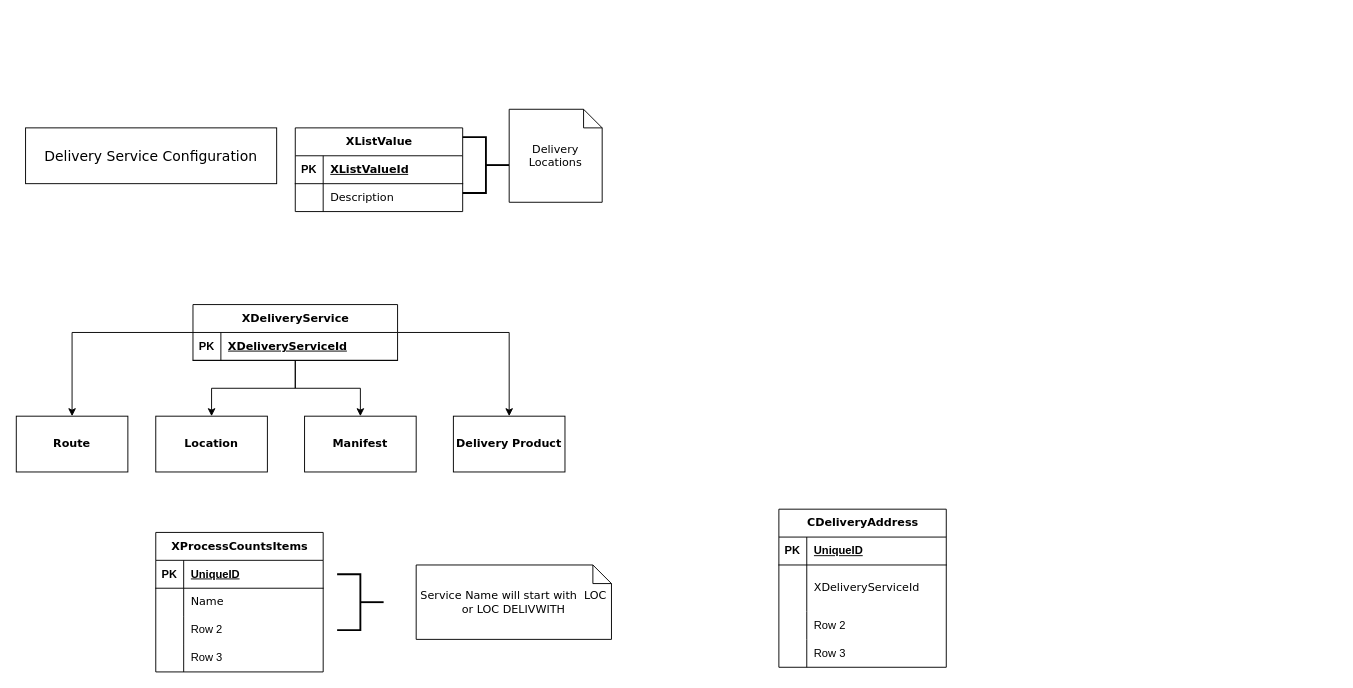
Above: printing_distribution.drawio in iaxenite/diagrams (draw.io), before the change. Source tidied: cells renumbered, new cells numbered last; positions are measured from the earlier drawing's top-left corner, leaving out a move shared by most shapes. Both pictures are drawn from the tidied source at 93%, with x=0, y=0 at pixel (16, 109).
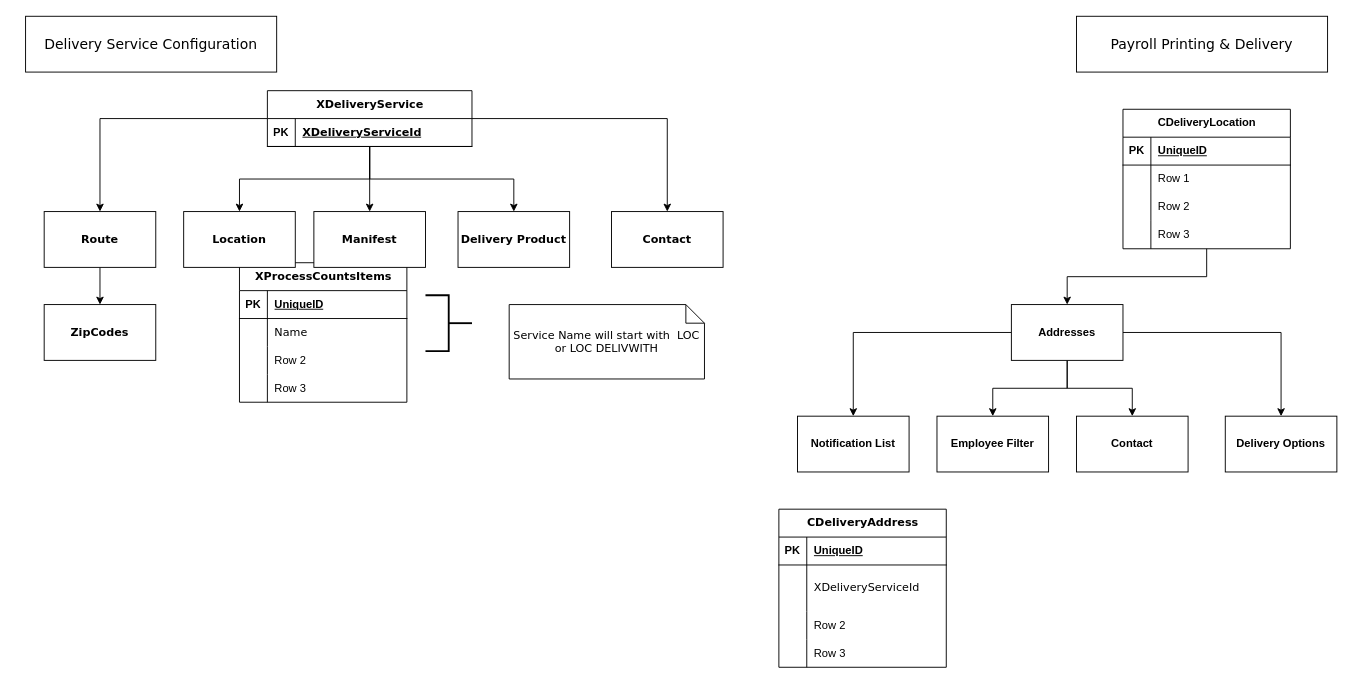
The same page after the edit.

The edit, as a diff of the source:
```diff
@@
+    <mxCell id="52" style="edgeStyle=orthogonalEdgeStyle;rounded=0;jettySize=auto;html=1;" parent="1" edge="1" source="6" target="55">
+      <mxGeometry relative="1" as="geometry" />
+    </mxCell>
     <mxCell id="6" value="XDeliveryService" style="shape=table;startSize=30;childLayout=tableLayout;rowLines=0;fontStyle=1;align=center;html=1;fontFamily=Verdana;" parent="1" vertex="1">
-      <mxGeometry x="190" y="210" width="220" height="60" as="geometry" />
+      <mxGeometry x="270" y="-20" width="220" height="60" as="geometry" />
     </mxCell>
@@
-    <mxCell id="10" value="XListValue" style="shape=table;startSize=30;childLayout=tableLayout;rowLines=0;fontStyle=1;align=center;html=1;fontFamily=Verdana;" parent="1" vertex="1">
-      <mxGeometry x="300" y="20" width="180" height="90" as="geometry" />
-    </mxCell>
-    <mxCell id="11" style="shape=tableRow;horizontal=0;startSize=0;swimlaneHead=0;swimlaneBody=0;fillColor=none;top=0;left=0;right=0;bottom=1;" parent="10" vertex="1">
-      <mxGeometry y="30" width="180" height="30" as="geometry" />
-    </mxCell>
-    <mxCell id="12" value="PK" style="shape=partialRectangle;fillColor=none;top=0;left=0;bottom=0;right=0;fontStyle=1;overflow=hidden;whiteSpace=wrap;html=1;" parent="11" vertex="1">
-      <mxGeometry width="30" height="30" as="geometry" />
-    </mxCell>
-    <mxCell id="13" value="&lt;font face=&quot;Verdana&quot;&gt;XListValueId&lt;/font&gt;" style="shape=partialRectangle;fillColor=none;top=0;left=0;bottom=0;right=0;align=left;spacingLeft=6;fontStyle=5;overflow=hidden;whiteSpace=wrap;html=1;labelBackgroundColor=none;" parent="11" vertex="1">
-      <mxGeometry x="30" width="150" height="30" as="geometry" />
-    </mxCell>
-    <mxCell id="14" style="shape=tableRow;horizontal=0;startSize=0;swimlaneHead=0;swimlaneBody=0;fillColor=none;top=0;left=0;right=0;bottom=0;" parent="10" vertex="1">
-      <mxGeometry y="60" width="180" height="30" as="geometry" />
-    </mxCell>
-    <mxCell id="15" style="shape=partialRectangle;fillColor=none;top=0;left=0;bottom=0;right=0;overflow=hidden;whiteSpace=wrap;html=1;" parent="14" vertex="1">
-      <mxGeometry width="30" height="30" as="geometry" />
-    </mxCell>
-    <mxCell id="16" value="&lt;font face=&quot;Verdana&quot;&gt;Description&lt;/font&gt;" style="shape=partialRectangle;fillColor=none;top=0;left=0;bottom=0;right=0;align=left;spacingLeft=6;overflow=hidden;whiteSpace=wrap;html=1;" parent="14" vertex="1">
-      <mxGeometry x="30" width="150" height="30" as="geometry" />
-    </mxCell>
     <mxCell id="17" value="&lt;font style=&quot;font-size: 15px;&quot;&gt;Delivery Service Configuration&lt;/font&gt;" style="rounded=0;whiteSpace=wrap;html=1;fontFamily=Verdana;" parent="1" vertex="1">
-      <mxGeometry x="10" y="20" width="270" height="60" as="geometry" />
+      <mxGeometry x="10" y="-100" width="270" height="60" as="geometry" />
     </mxCell>
-    <mxCell id="18" style="strokeWidth=2;html=1;shape=mxgraph.flowchart.annotation_2;align=left;labelPosition=right;direction=west;" parent="1" vertex="1">
-      <mxGeometry x="480" y="30" width="50" height="60" as="geometry" />
-    </mxCell>
-    <mxCell id="19" value="Delivery Locations" style="shape=note;size=20;whiteSpace=wrap;html=1;fontFamily=Verdana;" parent="1" vertex="1">
-      <mxGeometry x="530" width="100" height="100" as="geometry" />
-    </mxCell>
@@
     <mxCell id="33" value="&lt;font face=&quot;Verdana&quot;&gt;XProcessCountsItems&lt;/font&gt;" style="shape=table;startSize=30;childLayout=tableLayout;rowLines=0;fontStyle=1;align=center;html=1;" parent="1" vertex="1">
-      <mxGeometry x="150" y="455" width="180" height="150" as="geometry" />
+      <mxGeometry x="240" y="165" width="180" height="150" as="geometry" />
     </mxCell>
@@
     <mxCell id="46" style="strokeWidth=2;html=1;shape=mxgraph.flowchart.annotation_2;align=left;labelPosition=right;direction=west;" parent="1" vertex="1">
-      <mxGeometry x="345" y="500" width="50" height="60" as="geometry" />
+      <mxGeometry x="440" y="200" width="50" height="60" as="geometry" />
     </mxCell>
     <mxCell id="47" value="Service Name will start with&amp;nbsp; LOC or LOC DELIVWITH" style="shape=note;size=20;whiteSpace=wrap;html=1;fontFamily=Verdana;" parent="1" vertex="1">
-      <mxGeometry x="430" y="490" width="210" height="80" as="geometry" />
+      <mxGeometry x="530" y="210" width="210" height="80" as="geometry" />
     </mxCell>
+    <mxCell id="53" style="edgeStyle=orthogonalEdgeStyle;rounded=0;jettySize=auto;html=1;" parent="1" edge="1" source="48" target="54">
+      <mxGeometry relative="1" as="geometry" />
+    </mxCell>
     <mxCell id="48" value="Route" style="whiteSpace=wrap;html=1;fontFamily=Verdana;startSize=30;fontStyle=1;" parent="1" vertex="1">
-      <mxGeometry y="330" width="120" height="60" as="geometry" />
+      <mxGeometry x="30" y="110" width="120" height="60" as="geometry" />
     </mxCell>
     <mxCell id="49" value="Location" style="whiteSpace=wrap;html=1;fontFamily=Verdana;startSize=30;fontStyle=1;" parent="1" vertex="1">
-      <mxGeometry x="150" y="330" width="120" height="60" as="geometry" />
+      <mxGeometry x="180" y="110" width="120" height="60" as="geometry" />
     </mxCell>
     <mxCell id="50" value="Manifest" style="whiteSpace=wrap;html=1;fontFamily=Verdana;startSize=30;fontStyle=1;" parent="1" vertex="1">
-      <mxGeometry x="310" y="330" width="120" height="60" as="geometry" />
+      <mxGeometry x="320" y="110" width="120" height="60" as="geometry" />
     </mxCell>
     <mxCell id="51" value="Delivery Product" style="whiteSpace=wrap;html=1;fontFamily=Verdana;startSize=30;fontStyle=1;" parent="1" vertex="1">
-      <mxGeometry x="470" y="330" width="120" height="60" as="geometry" />
+      <mxGeometry x="475" y="110" width="120" height="60" as="geometry" />
     </mxCell>
+    <mxCell id="54" value="ZipCodes" style="whiteSpace=wrap;html=1;fontFamily=Verdana;startSize=30;fontStyle=1;" parent="1" vertex="1">
+      <mxGeometry x="30" y="210" width="120" height="60" as="geometry" />
+    </mxCell>
+    <mxCell id="55" value="Contact" style="whiteSpace=wrap;html=1;fontFamily=Verdana;startSize=30;fontStyle=1;" parent="1" vertex="1">
+      <mxGeometry x="640" y="110" width="120" height="60" as="geometry" />
+    </mxCell>
+    <mxCell id="56" value="&lt;font style=&quot;font-size: 15px;&quot;&gt;Payroll Printing &amp;amp; Delivery&lt;/font&gt;" style="rounded=0;whiteSpace=wrap;html=1;fontFamily=Verdana;" parent="1" vertex="1">
+      <mxGeometry x="1140" y="-100" width="270" height="60" as="geometry" />
+    </mxCell>
+    <mxCell id="57" style="edgeStyle=orthogonalEdgeStyle;rounded=0;jettySize=auto;html=1;" parent="1" edge="1" source="58" target="72">
+      <mxGeometry relative="1" as="geometry" />
+    </mxCell>
+    <mxCell id="58" value="CDeliveryLocation" style="shape=table;startSize=30;childLayout=tableLayout;rowLines=0;fontStyle=1;align=center;html=1;" parent="1" vertex="1">
+      <mxGeometry x="1190" width="180" height="150" as="geometry" />
+    </mxCell>
+    <mxCell id="11" style="shape=tableRow;horizontal=0;startSize=0;swimlaneHead=0;swimlaneBody=0;fillColor=none;top=0;left=0;right=0;bottom=1;" parent="58" vertex="1">
+      <mxGeometry y="30" width="180" height="30" as="geometry" />
+    </mxCell>
+    <mxCell id="12" value="PK" style="shape=partialRectangle;fillColor=none;top=0;left=0;bottom=0;right=0;fontStyle=1;overflow=hidden;whiteSpace=wrap;html=1;" parent="11" vertex="1">
+      <mxGeometry width="30" height="30" as="geometry" />
+    </mxCell>
+    <mxCell id="59" value="UniqueID" style="shape=partialRectangle;fillColor=none;top=0;left=0;bottom=0;right=0;align=left;spacingLeft=6;fontStyle=5;overflow=hidden;whiteSpace=wrap;html=1;" parent="11" vertex="1">
+      <mxGeometry x="30" width="150" height="30" as="geometry" />
+    </mxCell>
+    <mxCell id="14" style="shape=tableRow;horizontal=0;startSize=0;swimlaneHead=0;swimlaneBody=0;fillColor=none;top=0;left=0;right=0;bottom=0;" parent="58" vertex="1">
+      <mxGeometry y="60" width="180" height="30" as="geometry" />
+    </mxCell>
+    <mxCell id="60" style="shape=partialRectangle;fillColor=none;top=0;left=0;bottom=0;right=0;overflow=hidden;whiteSpace=wrap;html=1;" parent="14" vertex="1">
+      <mxGeometry width="30" height="30" as="geometry" />
+    </mxCell>
+    <mxCell id="61" value="Row 1" style="shape=partialRectangle;fillColor=none;top=0;left=0;bottom=0;right=0;align=left;spacingLeft=6;overflow=hidden;whiteSpace=wrap;html=1;" parent="14" vertex="1">
+      <mxGeometry x="30" width="150" height="30" as="geometry" />
+    </mxCell>
+    <mxCell id="62" style="shape=tableRow;horizontal=0;startSize=0;swimlaneHead=0;swimlaneBody=0;fillColor=none;top=0;left=0;right=0;bottom=0;" parent="58" vertex="1">
+      <mxGeometry y="90" width="180" height="30" as="geometry" />
+    </mxCell>
+    <mxCell id="63" style="shape=partialRectangle;fillColor=none;top=0;left=0;bottom=0;right=0;overflow=hidden;whiteSpace=wrap;html=1;" parent="62" vertex="1">
+      <mxGeometry width="30" height="30" as="geometry" />
+    </mxCell>
+    <mxCell id="64" value="Row 2" style="shape=partialRectangle;fillColor=none;top=0;left=0;bottom=0;right=0;align=left;spacingLeft=6;overflow=hidden;whiteSpace=wrap;html=1;" parent="62" vertex="1">
+      <mxGeometry x="30" width="150" height="30" as="geometry" />
+    </mxCell>
+    <mxCell id="65" style="shape=tableRow;horizontal=0;startSize=0;swimlaneHead=0;swimlaneBody=0;fillColor=none;top=0;left=0;right=0;bottom=0;" parent="58" vertex="1">
+      <mxGeometry y="120" width="180" height="30" as="geometry" />
+    </mxCell>
+    <mxCell id="66" style="shape=partialRectangle;fillColor=none;top=0;left=0;bottom=0;right=0;overflow=hidden;whiteSpace=wrap;html=1;" parent="65" vertex="1">
+      <mxGeometry width="30" height="30" as="geometry" />
+    </mxCell>
+    <mxCell id="67" value="Row 3" style="shape=partialRectangle;fillColor=none;top=0;left=0;bottom=0;right=0;align=left;spacingLeft=6;overflow=hidden;whiteSpace=wrap;html=1;" parent="65" vertex="1">
+      <mxGeometry x="30" width="150" height="30" as="geometry" />
+    </mxCell>
+    <mxCell id="68" style="edgeStyle=orthogonalEdgeStyle;rounded=0;jettySize=auto;html=1;" parent="1" edge="1" source="72" target="73">
+      <mxGeometry relative="1" as="geometry" />
+    </mxCell>
+    <mxCell id="69" style="edgeStyle=orthogonalEdgeStyle;rounded=0;jettySize=auto;html=1;" parent="1" edge="1" source="72" target="74">
+      <mxGeometry relative="1" as="geometry" />
+    </mxCell>
+    <mxCell id="70" style="edgeStyle=orthogonalEdgeStyle;rounded=0;jettySize=auto;html=1;" parent="1" edge="1" source="72" target="75">
+      <mxGeometry relative="1" as="geometry" />
+    </mxCell>
+    <mxCell id="71" style="edgeStyle=orthogonalEdgeStyle;rounded=0;jettySize=auto;html=1;" parent="1" edge="1" source="72" target="76">
+      <mxGeometry relative="1" as="geometry" />
+    </mxCell>
+    <mxCell id="72" value="Addresses" style="whiteSpace=wrap;html=1;startSize=30;fontStyle=1;" parent="1" vertex="1">
+      <mxGeometry x="1070" y="210" width="120" height="60" as="geometry" />
+    </mxCell>
+    <mxCell id="73" value="Employee Filter" style="whiteSpace=wrap;html=1;startSize=30;fontStyle=1;" parent="1" vertex="1">
+      <mxGeometry x="990" y="330" width="120" height="60" as="geometry" />
+    </mxCell>
+    <mxCell id="74" value="Contact" style="whiteSpace=wrap;html=1;startSize=30;fontStyle=1;" parent="1" vertex="1">
+      <mxGeometry x="1140" y="330" width="120" height="60" as="geometry" />
+    </mxCell>
+    <mxCell id="75" value="Delivery Options" style="whiteSpace=wrap;html=1;startSize=30;fontStyle=1;" parent="1" vertex="1">
+      <mxGeometry x="1300" y="330" width="120" height="60" as="geometry" />
+    </mxCell>
+    <mxCell id="76" value="Notification List" style="whiteSpace=wrap;html=1;startSize=30;fontStyle=1;" parent="1" vertex="1">
+      <mxGeometry x="840" y="330" width="120" height="60" as="geometry" />
+    </mxCell>
```
